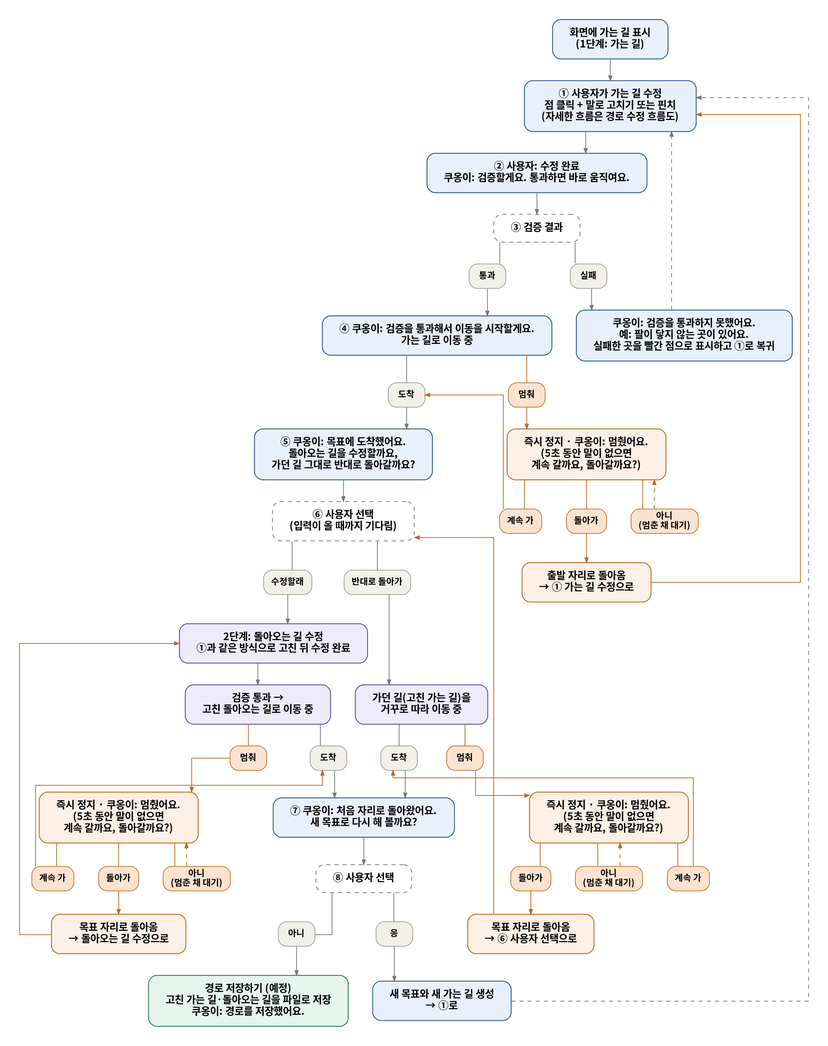
The Graphviz diagram docs/flow/flow1_overall.png in jaemin0319/ChatKHU, before a commit. Its source is kept beside it as docs/flow/flow1_overall.dot.
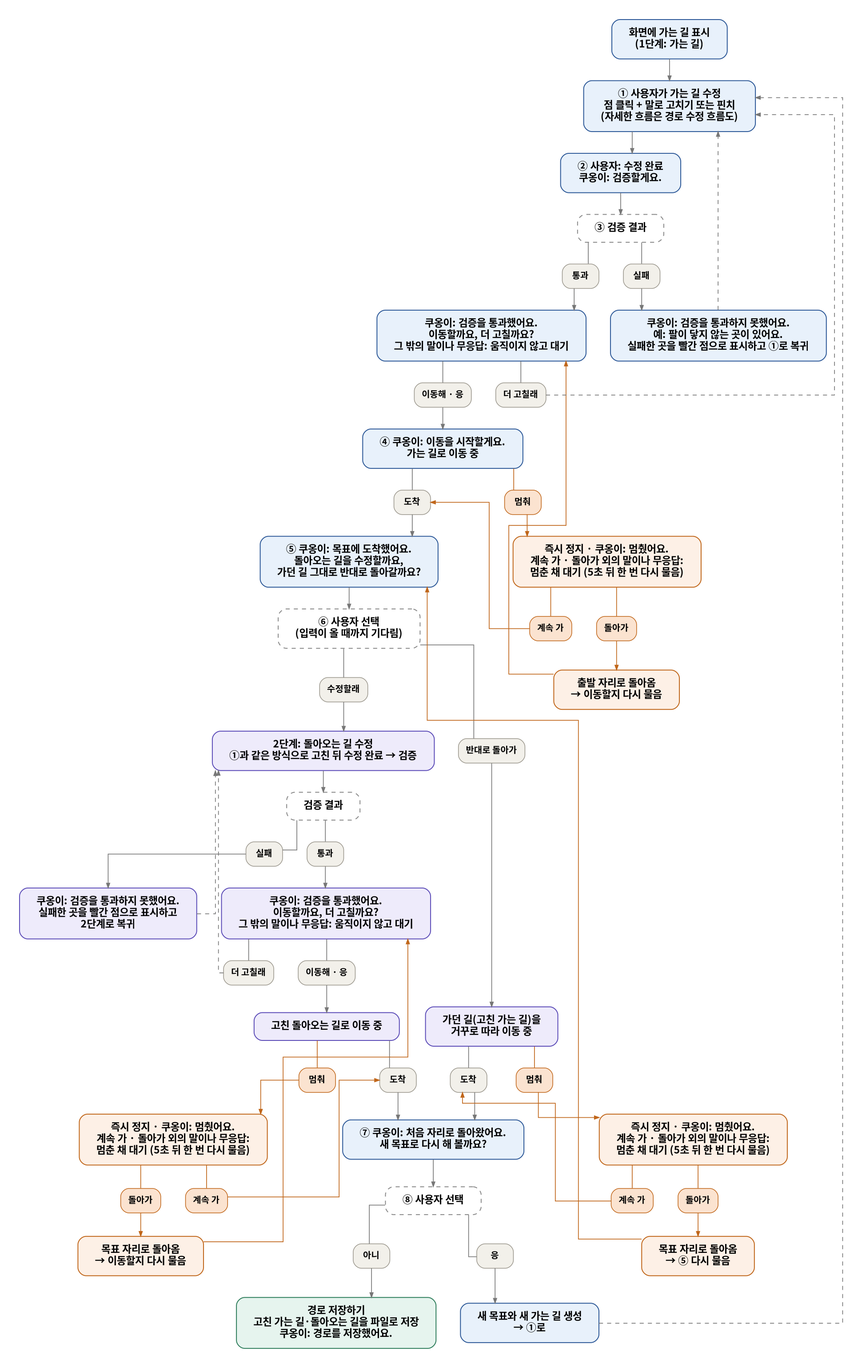
The same file after the commit.

What changed in the source:
```diff
@@ -3,47 +3,60 @@
   graph [splines=ortho, nodesep=0.5, ranksep=0.45];
   start [label="화면에 가는 길 표시\n(1단계: 가는 길)"];
   edit1 [label="① 사용자가 가는 길 수정\n점 클릭 + 말로 고치기 또는 핀치\n(자세한 흐름은 경로 수정 흐름도)"];
-  done1 [label="② 사용자: 수정 완료\n쿠옹이: 검증할게요. 통과하면 바로 움직여요."];
+  done1 [label="② 사용자: 수정 완료\n쿠옹이: 검증할게요."];
   v1 [label="③ 검증 결과", style="rounded,dashed", fillcolor="white", color="#888888"];
   f1 [label="쿠옹이: 검증을 통과하지 못했어요.\n예: 팔이 닿지 않는 곳이 있어요.\n실패한 곳을 빨간 점으로 표시하고 ①로 복귀"];
-  m1 [label="④ 쿠옹이: 검증을 통과해서 이동을 시작할게요.\n가는 길로 이동 중"];
+  ok1 [label="쿠옹이: 검증을 통과했어요.\n이동할까요, 더 고칠까요?\n그 밖의 말이나 무응답: 움직이지 않고 대기"];
+  m1 [label="④ 쿠옹이: 이동을 시작할게요.\n가는 길로 이동 중"];
   ask1 [label="⑤ 쿠옹이: 목표에 도착했어요.\n돌아오는 길을 수정할까요,\n가던 길 그대로 반대로 돌아갈까요?"];
   c1 [label="⑥ 사용자 선택\n(입력이 올 때까지 기다림)", style="rounded,dashed", fillcolor="white", color="#888888"];
   rev [label="가던 길(고친 가는 길)을\n거꾸로 따라 이동 중", fillcolor="#EEEBFB", color="#5B4BB7"];
-  edit2 [label="2단계: 돌아오는 길 수정\n①과 같은 방식으로 고친 뒤 수정 완료", fillcolor="#EEEBFB", color="#5B4BB7"];
-  v2 [label="검증 통과 →\n고친 돌아오는 길로 이동 중", fillcolor="#EEEBFB", color="#5B4BB7"];
+  edit2 [label="2단계: 돌아오는 길 수정\n①과 같은 방식으로 고친 뒤 수정 완료 → 검증", fillcolor="#EEEBFB", color="#5B4BB7"];
+  v2c [label="검증 결과", style="rounded,dashed", fillcolor="white", color="#888888"];
+  f2 [label="쿠옹이: 검증을 통과하지 못했어요.\n실패한 곳을 빨간 점으로 표시하고\n2단계로 복귀", fillcolor="#EEEBFB", color="#5B4BB7"];
+  ok2 [label="쿠옹이: 검증을 통과했어요.\n이동할까요, 더 고칠까요?\n그 밖의 말이나 무응답: 움직이지 않고 대기", fillcolor="#EEEBFB", color="#5B4BB7"];
+  v2 [label="고친 돌아오는 길로 이동 중", fillcolor="#EEEBFB", color="#5B4BB7"];
   ask2 [label="⑦ 쿠옹이: 처음 자리로 돌아왔어요.\n새 목표로 다시 해 볼까요?"];
   c2 [label="⑧ 사용자 선택", style="rounded,dashed", fillcolor="white", color="#888888"];
   newt [label="새 목표와 새 가는 길 생성\n→ ①로"];
-  save [label="경로 저장하기 (예정)\n고친 가는 길·돌아오는 길을 파일로 저장\n쿠옹이: 경로를 저장했어요.", fillcolor="#E6F4EE", color="#2E7D5B"];
+  save [label="경로 저장하기\n고친 가는 길·돌아오는 길을 파일로 저장\n쿠옹이: 경로를 저장했어요.", fillcolor="#E6F4EE", color="#2E7D5B"];
 
   node [fillcolor="#FDF0E6", color="#C0661A"];
-  sA [label="즉시 정지 · 쿠옹이: 멈췄어요.\n(5초 동안 말이 없으면\n계속 갈까요, 돌아갈까요?)"];
-  bA [label="출발 자리로 돌아옴\n→ ① 가는 길 수정으로"];
-  sB [label="즉시 정지 · 쿠옹이: 멈췄어요.\n(5초 동안 말이 없으면\n계속 갈까요, 돌아갈까요?)"];
-  bB [label="목표 자리로 돌아옴\n→ ⑥ 사용자 선택으로"];
-  sC [label="즉시 정지 · 쿠옹이: 멈췄어요.\n(5초 동안 말이 없으면\n계속 갈까요, 돌아갈까요?)"];
-  bC [label="목표 자리로 돌아옴\n→ 돌아오는 길 수정으로"];
+  sA [label="즉시 정지 · 쿠옹이: 멈췄어요.\n계속 가 · 돌아가 외의 말이나 무응답:\n멈춘 채 대기 (5초 뒤 한 번 다시 물음)"];
+  bA [label="출발 자리로 돌아옴\n→ 이동할지 다시 물음"];
+  sB [label="즉시 정지 · 쿠옹이: 멈췄어요.\n계속 가 · 돌아가 외의 말이나 무응답:\n멈춘 채 대기 (5초 뒤 한 번 다시 물음)"];
+  bB [label="목표 자리로 돌아옴\n→ ⑤ 다시 물음"];
+  sC [label="즉시 정지 · 쿠옹이: 멈췄어요.\n계속 가 · 돌아가 외의 말이나 무응답:\n멈춘 채 대기 (5초 뒤 한 번 다시 물음)"];
+  bC [label="목표 자리로 돌아옴\n→ 이동할지 다시 물음"];
 
   node [style="rounded,filled", fillcolor="#F2F0EA", color="#9A968C", fontsize=13, margin="0.15,0.06", penwidth=1];
-  p_fail [label="실패"]; p_pass [label="통과"];
+  p_fail [label="실패"]; p_pass [label="통과"]; p_fail2 [label="실패"]; p_pass2 [label="통과"];
   p_a1 [label="도착"]; p_a2 [label="도착"]; p_a3 [label="도착"];
   p_rev [label="반대로 돌아가"]; p_edit [label="수정할래"];
   p_yes [label="응"]; p_no [label="아니"];
+  p_go1 [label="이동해 · 응"]; p_more1 [label="더 고칠래"];
+  p_go2 [label="이동해 · 응"]; p_more2 [label="더 고칠래"];
   node [fillcolor="#FBE3D0", color="#C0661A"];
   p_s1 [label="멈춰"]; p_s2 [label="멈춰"]; p_s3 [label="멈춰"];
-  aF [label="계속 가"]; aB [label="돌아가"]; aN [label="아니\n(멈춘 채 대기)"];
-  bF [label="계속 가"]; bBk [label="돌아가"]; bN [label="아니\n(멈춘 채 대기)"];
-  cF [label="계속 가"]; cBk [label="돌아가"]; cN [label="아니\n(멈춘 채 대기)"];
+  aF [label="계속 가"]; aB [label="돌아가"];
+  bF [label="계속 가"]; bBk [label="돌아가"];
+  cF [label="계속 가"]; cBk [label="돌아가"];
 
   start -> edit1 -> done1 -> v1;
-  v1 -> p_pass [arrowhead=none]; p_pass -> m1;
+  v1 -> p_pass [arrowhead=none]; p_pass -> ok1;
+  ok1 -> p_go1 [arrowhead=none]; p_go1 -> m1;
+  ok1 -> p_more1 [arrowhead=none]; p_more1 -> edit1 [style=dashed, constraint=false];
   v1 -> p_fail [arrowhead=none]; p_fail -> f1;
   f1 -> edit1 [style=dashed];
   m1 -> p_a1 [arrowhead=none]; p_a1 -> ask1;
   ask1 -> c1;
   c1 -> p_rev [arrowhead=none]; p_rev -> rev;
-  c1 -> p_edit [arrowhead=none]; p_edit -> edit2 -> v2;
+  c1 -> p_edit [arrowhead=none]; p_edit -> edit2 -> v2c;
+  v2c -> p_pass2 [arrowhead=none]; p_pass2 -> ok2;
+  ok2 -> p_go2 [arrowhead=none]; p_go2 -> v2;
+  ok2 -> p_more2 [arrowhead=none]; p_more2 -> edit2 [style=dashed, constraint=false];
+  v2c -> p_fail2 [arrowhead=none]; p_fail2 -> f2;
+  f2 -> edit2 [style=dashed, constraint=false];
   rev -> p_a2 [arrowhead=none]; p_a2 -> ask2;
   v2 -> p_a3 [arrowhead=none]; p_a3 -> ask2;
   ask2 -> c2;
@@ -55,22 +68,22 @@
   m1 -> p_s1 [arrowhead=none]; p_s1 -> sA;
   sA -> aF [arrowhead=none]; aF -> p_a1 [constraint=false];
   sA -> aB [arrowhead=none]; aB -> bA;
-  sA -> aN [arrowhead=none]; aN -> sA [style=dashed, constraint=false];
-  bA -> edit1 [constraint=false];
+  bA -> ok1 [constraint=false];
 
   rev -> p_s2 [arrowhead=none]; p_s2 -> sB;
   sB -> bF [arrowhead=none]; bF -> p_a2 [constraint=false];
   sB -> bBk [arrowhead=none]; bBk -> bB;
-  sB -> bN [arrowhead=none]; bN -> sB [style=dashed, constraint=false];
-  bB -> c1 [constraint=false];
+  bB -> ask1 [constraint=false];
 
   v2 -> p_s3 [arrowhead=none]; p_s3 -> sC;
   sC -> cF [arrowhead=none]; cF -> p_a3 [constraint=false];
   sC -> cBk [arrowhead=none]; cBk -> bC;
-  sC -> cN [arrowhead=none]; cN -> sC [style=dashed, constraint=false];
-  bC -> edit2 [constraint=false];
+  bC -> ok2 [constraint=false];
 
   {rank=same; p_a1; p_s1}
   {rank=same; p_a2; p_s2; p_a3; p_s3}
-  {rank=same; p_pass; p_fail}
+  {rank=same; p_pass -> p_fail [style=invis]}
+  {rank=same; p_go1 -> p_more1 [style=invis]}
+  {rank=same; p_fail2 -> p_pass2 [style=invis]}
+  {rank=same; p_more2 -> p_go2 [style=invis]}
 }
```
